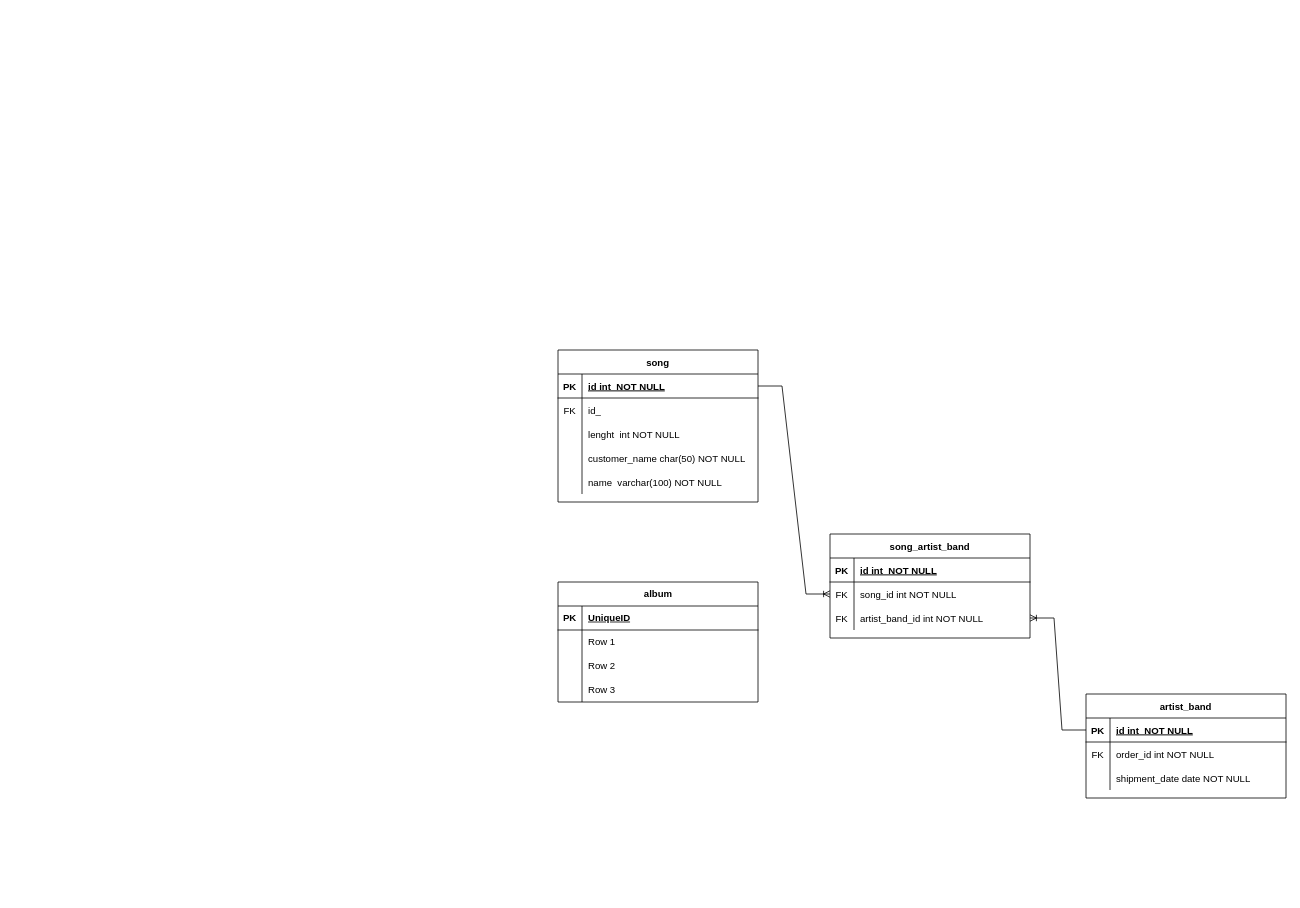
Earlier version of the draw.io diagram model_conceptual.drawio (vitorjurj/examen_sem1_db). Source tidied: cells renumbered, new cells numbered last; positions are measured from the earlier drawing's top-left corner, leaving out a move shared by most shapes. Both pictures are drawn from the tidied source at 80%, with x=0, y=0 at pixel (558, 350).
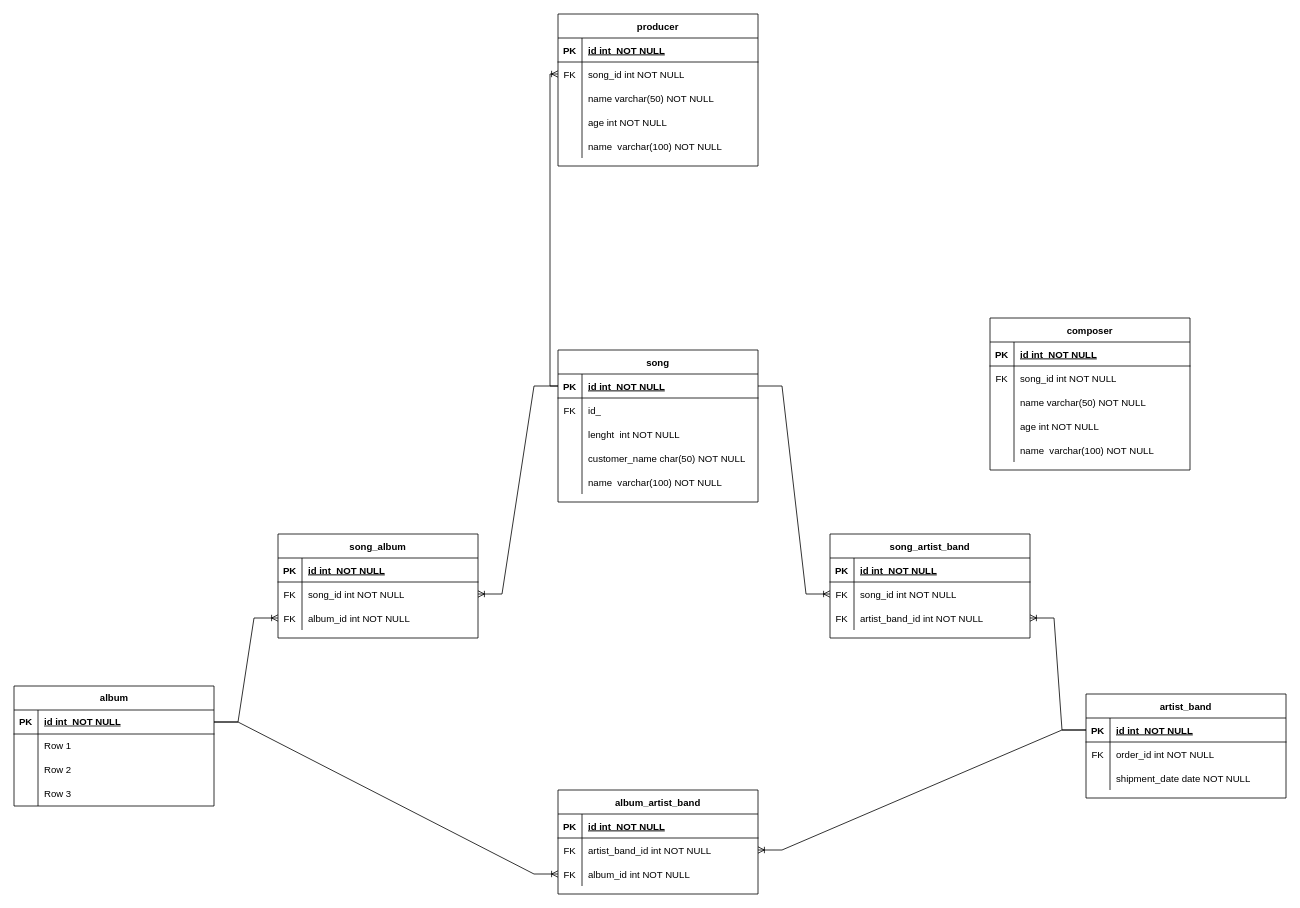
Above is the later version.

The change refers to these unchanged cells:
```xml
<mxCell id="13" style="shape=partialRectangle;fillColor=none;points=[[0,0.5],[1,0.5]];portConstraint=eastwest;top=0;left=0;right=0;bottom=1;" parent="12" vertex="1">
  <mxGeometry y="30" width="250" height="30" as="geometry" />
</mxCell>
<mxCell id="23" style="shape=partialRectangle;fillColor=none;points=[[0,0.5],[1,0.5]];portConstraint=eastwest;top=0;left=0;right=0;bottom=1;" parent="22" vertex="1">
  <mxGeometry y="30" width="250" height="30" as="geometry" />
</mxCell>
<mxCell id="41" style="shape=tableRow;horizontal=0;startSize=0;swimlaneHead=0;swimlaneBody=0;fillColor=none;points=[[0,0.5],[1,0.5]];portConstraint=eastwest;top=0;left=0;right=0;bottom=1;" parent="40" vertex="1">
  <mxGeometry y="30" width="250" height="30" as="geometry" />
</mxCell>
```

Change to the diagram source:
```diff
@@
     <mxCell id="40" value="album" style="shape=table;startSize=30;childLayout=tableLayout;rowLines=0;fontStyle=1;align=center;html=1;" parent="1" vertex="1">
-      <mxGeometry y="290" width="250" height="150" as="geometry" />
+      <mxGeometry x="-680" y="420" width="250" height="150" as="geometry" />
     </mxCell>
@@
-    <mxCell id="43" value="UniqueID" style="shape=partialRectangle;fillColor=none;top=0;left=0;bottom=0;right=0;align=left;spacingLeft=6;fontStyle=5;overflow=hidden;whiteSpace=wrap;html=1;" parent="41" vertex="1">
+    <mxCell id="43" value="id int&amp;nbsp; NOT NULL" style="shape=partialRectangle;fillColor=none;top=0;left=0;bottom=0;right=0;align=left;spacingLeft=6;fontStyle=5;overflow=hidden;whiteSpace=wrap;html=1;" parent="41" vertex="1">
       <mxGeometry x="30" width="220" height="30" as="geometry" />
     </mxCell>
@@
+    <mxCell id="53" value="song_album" style="shape=table;startSize=30;childLayout=tableLayout;rowLines=0;fontStyle=1;align=center;" parent="1" vertex="1">
+      <mxGeometry x="-350" y="230" width="250" height="130" as="geometry" />
+    </mxCell>
+    <mxCell id="54" style="shape=partialRectangle;fillColor=none;top=0;left=0;right=0;bottom=1;" parent="53" vertex="1">
+      <mxGeometry y="30" width="250" height="30" as="geometry" />
+    </mxCell>
+    <mxCell id="55" value="PK" style="shape=partialRectangle;overflow=hidden;fillColor=none;top=0;left=0;bottom=0;right=0;fontStyle=1;" parent="54" vertex="1">
+      <mxGeometry width="30" height="30" as="geometry" />
+    </mxCell>
+    <mxCell id="56" value="id int  NOT NULL" style="shape=partialRectangle;overflow=hidden;fillColor=none;top=0;left=0;bottom=0;right=0;align=left;spacingLeft=6;fontStyle=5;" parent="54" vertex="1">
+      <mxGeometry x="30" width="220" height="30" as="geometry" />
+    </mxCell>
+    <mxCell id="57" style="shape=partialRectangle;fillColor=none;points=[[0,0.5],[1,0.5]];portConstraint=eastwest;top=0;left=0;right=0;bottom=0;" parent="53" vertex="1">
+      <mxGeometry y="60" width="250" height="30" as="geometry" />
+    </mxCell>
+    <mxCell id="58" value="FK" style="shape=partialRectangle;overflow=hidden;fillColor=none;top=0;left=0;bottom=0;right=0;" parent="57" vertex="1">
+      <mxGeometry width="30" height="30" as="geometry" />
+    </mxCell>
+    <mxCell id="59" value="song_id int NOT NULL" style="shape=partialRectangle;overflow=hidden;fillColor=none;top=0;left=0;bottom=0;right=0;align=left;spacingLeft=6;" parent="57" vertex="1">
+      <mxGeometry x="30" width="220" height="30" as="geometry" />
+    </mxCell>
+    <mxCell id="60" style="shape=partialRectangle;fillColor=none;points=[[0,0.5],[1,0.5]];portConstraint=eastwest;top=0;left=0;right=0;bottom=0;" parent="53" vertex="1">
+      <mxGeometry y="90" width="250" height="30" as="geometry" />
+    </mxCell>
+    <mxCell id="61" value="FK" style="shape=partialRectangle;overflow=hidden;fillColor=none;top=0;left=0;bottom=0;right=0;" parent="60" vertex="1">
+      <mxGeometry width="30" height="30" as="geometry" />
+    </mxCell>
+    <mxCell id="62" value="album_id int NOT NULL" style="shape=partialRectangle;overflow=hidden;fillColor=none;top=0;left=0;bottom=0;right=0;align=left;spacingLeft=6;" parent="60" vertex="1">
+      <mxGeometry x="30" width="220" height="30" as="geometry" />
+    </mxCell>
+    <mxCell id="63" style="edgeStyle=entityRelationEdgeStyle;fontSize=12;html=1;endArrow=ERoneToMany;rounded=0;exitX=0;exitY=0.5;exitDx=0;exitDy=0;entryX=1;entryY=0.5;entryDx=0;entryDy=0;" parent="1" edge="1" source="23" target="57">
+      <mxGeometry relative="1" as="geometry" />
+    </mxCell>
+    <mxCell id="64" style="edgeStyle=entityRelationEdgeStyle;fontSize=12;html=1;endArrow=ERoneToMany;rounded=0;exitX=1;exitY=0.5;exitDx=0;exitDy=0;entryX=0;entryY=0.5;entryDx=0;entryDy=0;" parent="1" edge="1" source="41" target="60">
+      <mxGeometry relative="1" as="geometry" />
+    </mxCell>
+    <mxCell id="65" value="album_artist_band" style="shape=table;startSize=30;childLayout=tableLayout;rowLines=0;fontStyle=1;align=center;" parent="1" vertex="1">
+      <mxGeometry y="550" width="250" height="130" as="geometry" />
+    </mxCell>
+    <mxCell id="66" style="shape=partialRectangle;fillColor=none;top=0;left=0;right=0;bottom=1;" parent="65" vertex="1">
+      <mxGeometry y="30" width="250" height="30" as="geometry" />
+    </mxCell>
+    <mxCell id="67" value="PK" style="shape=partialRectangle;overflow=hidden;fillColor=none;top=0;left=0;bottom=0;right=0;fontStyle=1;" parent="66" vertex="1">
+      <mxGeometry width="30" height="30" as="geometry" />
+    </mxCell>
+    <mxCell id="68" value="id int  NOT NULL" style="shape=partialRectangle;overflow=hidden;fillColor=none;top=0;left=0;bottom=0;right=0;align=left;spacingLeft=6;fontStyle=5;" parent="66" vertex="1">
+      <mxGeometry x="30" width="220" height="30" as="geometry" />
+    </mxCell>
+    <mxCell id="69" style="shape=partialRectangle;fillColor=none;points=[[0,0.5],[1,0.5]];portConstraint=eastwest;top=0;left=0;right=0;bottom=0;" parent="65" vertex="1">
+      <mxGeometry y="60" width="250" height="30" as="geometry" />
+    </mxCell>
+    <mxCell id="70" value="FK" style="shape=partialRectangle;overflow=hidden;fillColor=none;top=0;left=0;bottom=0;right=0;" parent="69" vertex="1">
+      <mxGeometry width="30" height="30" as="geometry" />
+    </mxCell>
+    <mxCell id="71" value="artist_band_id int NOT NULL" style="shape=partialRectangle;overflow=hidden;fillColor=none;top=0;left=0;bottom=0;right=0;align=left;spacingLeft=6;" parent="69" vertex="1">
+      <mxGeometry x="30" width="220" height="30" as="geometry" />
+    </mxCell>
+    <mxCell id="72" style="shape=partialRectangle;fillColor=none;points=[[0,0.5],[1,0.5]];portConstraint=eastwest;top=0;left=0;right=0;bottom=0;" parent="65" vertex="1">
+      <mxGeometry y="90" width="250" height="30" as="geometry" />
+    </mxCell>
+    <mxCell id="73" value="FK" style="shape=partialRectangle;overflow=hidden;fillColor=none;top=0;left=0;bottom=0;right=0;" parent="72" vertex="1">
+      <mxGeometry width="30" height="30" as="geometry" />
+    </mxCell>
+    <mxCell id="74" value="album_id int NOT NULL" style="shape=partialRectangle;overflow=hidden;fillColor=none;top=0;left=0;bottom=0;right=0;align=left;spacingLeft=6;" parent="72" vertex="1">
+      <mxGeometry x="30" width="220" height="30" as="geometry" />
+    </mxCell>
+    <mxCell id="75" style="edgeStyle=entityRelationEdgeStyle;fontSize=12;html=1;endArrow=ERoneToMany;rounded=0;exitX=0;exitY=0.5;exitDx=0;exitDy=0;entryX=1;entryY=0.5;entryDx=0;entryDy=0;" parent="1" edge="1" source="13" target="69">
+      <mxGeometry relative="1" as="geometry" />
+    </mxCell>
+    <mxCell id="76" style="edgeStyle=entityRelationEdgeStyle;fontSize=12;html=1;endArrow=ERoneToMany;rounded=0;exitX=1;exitY=0.5;exitDx=0;exitDy=0;entryX=0;entryY=0.5;entryDx=0;entryDy=0;" parent="1" edge="1" source="41" target="72">
+      <mxGeometry relative="1" as="geometry" />
+    </mxCell>
+    <mxCell id="77" value="producer" style="shape=table;startSize=30;childLayout=tableLayout;rowLines=0;fontStyle=1;align=center;" parent="1" vertex="1">
+      <mxGeometry y="-420" width="250" height="190" as="geometry" />
+    </mxCell>
+    <mxCell id="78" style="shape=partialRectangle;fillColor=none;top=0;left=0;right=0;bottom=1;" parent="77" vertex="1">
+      <mxGeometry y="30" width="250" height="30" as="geometry" />
+    </mxCell>
+    <mxCell id="79" value="PK" style="shape=partialRectangle;overflow=hidden;fillColor=none;top=0;left=0;bottom=0;right=0;fontStyle=1;" parent="78" vertex="1">
+      <mxGeometry width="30" height="30" as="geometry" />
+    </mxCell>
+    <mxCell id="80" value="id int  NOT NULL" style="shape=partialRectangle;overflow=hidden;fillColor=none;top=0;left=0;bottom=0;right=0;align=left;spacingLeft=6;fontStyle=5;" parent="78" vertex="1">
+      <mxGeometry x="30" width="220" height="30" as="geometry" />
+    </mxCell>
+    <mxCell id="81" style="shape=partialRectangle;fillColor=none;points=[[0,0.5],[1,0.5]];portConstraint=eastwest;top=0;left=0;right=0;bottom=0;" parent="77" vertex="1">
+      <mxGeometry y="60" width="250" height="30" as="geometry" />
+    </mxCell>
+    <mxCell id="82" value="FK" style="shape=partialRectangle;overflow=hidden;fillColor=none;top=0;left=0;bottom=0;right=0;" parent="81" vertex="1">
+      <mxGeometry width="30" height="30" as="geometry" />
+    </mxCell>
+    <mxCell id="83" value="song_id int NOT NULL" style="shape=partialRectangle;overflow=hidden;fillColor=none;top=0;left=0;bottom=0;right=0;align=left;spacingLeft=6;" parent="81" vertex="1">
+      <mxGeometry x="30" width="220" height="30" as="geometry" />
+    </mxCell>
+    <mxCell id="84" style="shape=partialRectangle;fillColor=none;top=0;left=0;right=0;bottom=0;" parent="77" vertex="1">
+      <mxGeometry y="90" width="250" height="30" as="geometry" />
+    </mxCell>
+    <mxCell id="85" style="shape=partialRectangle;overflow=hidden;fillColor=none;top=0;left=0;bottom=0;right=0;" parent="84" vertex="1">
+      <mxGeometry width="30" height="30" as="geometry" />
+    </mxCell>
+    <mxCell id="86" value="name varchar(50) NOT NULL" style="shape=partialRectangle;overflow=hidden;fillColor=none;top=0;left=0;bottom=0;right=0;align=left;spacingLeft=6;" parent="84" vertex="1">
+      <mxGeometry x="30" width="220" height="30" as="geometry" />
+    </mxCell>
+    <mxCell id="87" style="shape=partialRectangle;fillColor=none;top=0;left=0;right=0;bottom=0;" parent="77" vertex="1">
+      <mxGeometry y="120" width="250" height="30" as="geometry" />
+    </mxCell>
+    <mxCell id="88" style="shape=partialRectangle;overflow=hidden;fillColor=none;top=0;left=0;bottom=0;right=0;" parent="87" vertex="1">
+      <mxGeometry width="30" height="30" as="geometry" />
+    </mxCell>
+    <mxCell id="89" value="age int NOT NULL" style="shape=partialRectangle;overflow=hidden;fillColor=none;top=0;left=0;bottom=0;right=0;align=left;spacingLeft=6;" parent="87" vertex="1">
+      <mxGeometry x="30" width="220" height="30" as="geometry" />
+    </mxCell>
+    <mxCell id="90" style="shape=partialRectangle;fillColor=none;top=0;left=0;right=0;bottom=0;" parent="77" vertex="1">
+      <mxGeometry y="150" width="250" height="30" as="geometry" />
+    </mxCell>
+    <mxCell id="91" style="shape=partialRectangle;overflow=hidden;fillColor=none;top=0;left=0;bottom=0;right=0;" parent="90" vertex="1">
+      <mxGeometry width="30" height="30" as="geometry" />
+    </mxCell>
+    <mxCell id="92" value="name  varchar(100) NOT NULL" style="shape=partialRectangle;overflow=hidden;fillColor=none;top=0;left=0;bottom=0;right=0;align=left;spacingLeft=6;" parent="90" vertex="1">
+      <mxGeometry x="30" width="220" height="30" as="geometry" />
+    </mxCell>
+    <mxCell id="93" style="edgeStyle=orthogonalEdgeStyle;fontSize=12;html=1;endArrow=ERoneToMany;rounded=0;exitX=0;exitY=0.5;exitDx=0;exitDy=0;entryX=0;entryY=0.5;entryDx=0;entryDy=0;" parent="1" edge="1" source="23" target="81">
+      <mxGeometry relative="1" as="geometry" />
+    </mxCell>
+    <mxCell id="94" value="composer" style="shape=table;startSize=30;childLayout=tableLayout;rowLines=0;fontStyle=1;align=center;" parent="1" vertex="1">
+      <mxGeometry x="540" y="-40" width="250" height="190" as="geometry" />
+    </mxCell>
+    <mxCell id="95" style="shape=partialRectangle;fillColor=none;top=0;left=0;right=0;bottom=1;" parent="94" vertex="1">
+      <mxGeometry y="30" width="250" height="30" as="geometry" />
+    </mxCell>
+    <mxCell id="96" value="PK" style="shape=partialRectangle;overflow=hidden;fillColor=none;top=0;left=0;bottom=0;right=0;fontStyle=1;" parent="95" vertex="1">
+      <mxGeometry width="30" height="30" as="geometry" />
+    </mxCell>
+    <mxCell id="97" value="id int  NOT NULL" style="shape=partialRectangle;overflow=hidden;fillColor=none;top=0;left=0;bottom=0;right=0;align=left;spacingLeft=6;fontStyle=5;" parent="95" vertex="1">
+      <mxGeometry x="30" width="220" height="30" as="geometry" />
+    </mxCell>
+    <mxCell id="98" style="shape=partialRectangle;fillColor=none;top=0;left=0;right=0;bottom=0;" parent="94" vertex="1">
+      <mxGeometry y="60" width="250" height="30" as="geometry" />
+    </mxCell>
+    <mxCell id="99" value="FK" style="shape=partialRectangle;overflow=hidden;fillColor=none;top=0;left=0;bottom=0;right=0;" parent="98" vertex="1">
+      <mxGeometry width="30" height="30" as="geometry" />
+    </mxCell>
+    <mxCell id="100" value="song_id int NOT NULL" style="shape=partialRectangle;overflow=hidden;fillColor=none;top=0;left=0;bottom=0;right=0;align=left;spacingLeft=6;" parent="98" vertex="1">
+      <mxGeometry x="30" width="220" height="30" as="geometry" />
+    </mxCell>
+    <mxCell id="101" style="shape=partialRectangle;fillColor=none;top=0;left=0;right=0;bottom=0;" parent="94" vertex="1">
+      <mxGeometry y="90" width="250" height="30" as="geometry" />
+    </mxCell>
+    <mxCell id="102" style="shape=partialRectangle;overflow=hidden;fillColor=none;top=0;left=0;bottom=0;right=0;" parent="101" vertex="1">
+      <mxGeometry width="30" height="30" as="geometry" />
+    </mxCell>
+    <mxCell id="103" value="name varchar(50) NOT NULL" style="shape=partialRectangle;overflow=hidden;fillColor=none;top=0;left=0;bottom=0;right=0;align=left;spacingLeft=6;" parent="101" vertex="1">
+      <mxGeometry x="30" width="220" height="30" as="geometry" />
+    </mxCell>
+    <mxCell id="104" style="shape=partialRectangle;fillColor=none;top=0;left=0;right=0;bottom=0;" parent="94" vertex="1">
+      <mxGeometry y="120" width="250" height="30" as="geometry" />
+    </mxCell>
+    <mxCell id="105" style="shape=partialRectangle;overflow=hidden;fillColor=none;top=0;left=0;bottom=0;right=0;" parent="104" vertex="1">
+      <mxGeometry width="30" height="30" as="geometry" />
+    </mxCell>
+    <mxCell id="106" value="age int NOT NULL" style="shape=partialRectangle;overflow=hidden;fillColor=none;top=0;left=0;bottom=0;right=0;align=left;spacingLeft=6;" parent="104" vertex="1">
+      <mxGeometry x="30" width="220" height="30" as="geometry" />
+    </mxCell>
+    <mxCell id="107" style="shape=partialRectangle;fillColor=none;top=0;left=0;right=0;bottom=0;" parent="94" vertex="1">
+      <mxGeometry y="150" width="250" height="30" as="geometry" />
+    </mxCell>
+    <mxCell id="108" style="shape=partialRectangle;overflow=hidden;fillColor=none;top=0;left=0;bottom=0;right=0;" parent="107" vertex="1">
+      <mxGeometry width="30" height="30" as="geometry" />
+    </mxCell>
+    <mxCell id="109" value="name  varchar(100) NOT NULL" style="shape=partialRectangle;overflow=hidden;fillColor=none;top=0;left=0;bottom=0;right=0;align=left;spacingLeft=6;" parent="107" vertex="1">
+      <mxGeometry x="30" width="220" height="30" as="geometry" />
+    </mxCell>
```
